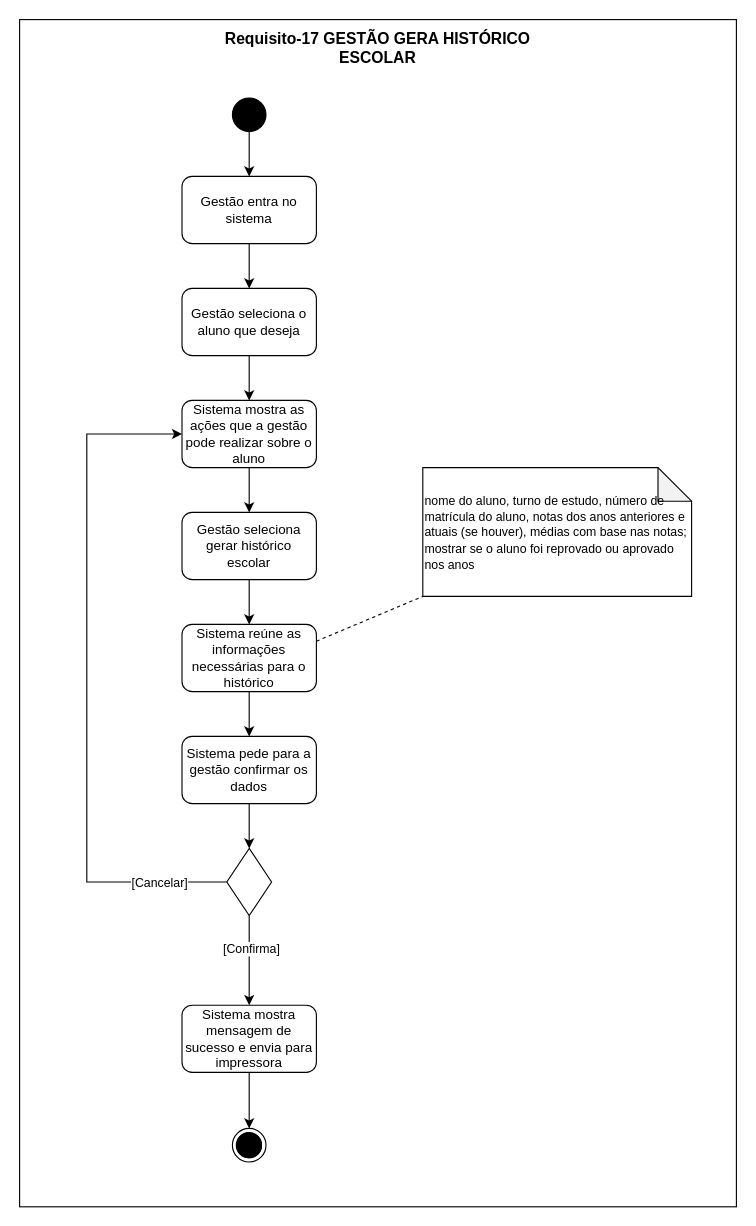
This is Requisito-17.drawio from LizReis/An-lise-de-Sistemas, a draw.io file, before an edit. Source tidied: cells renumbered, new cells numbered last; positions are measured from the earlier drawing's top-left corner, leaving out a move shared by most shapes. Both pictures are drawn from the tidied source at 112%, with x=0, y=0 at pixel (19, 19).
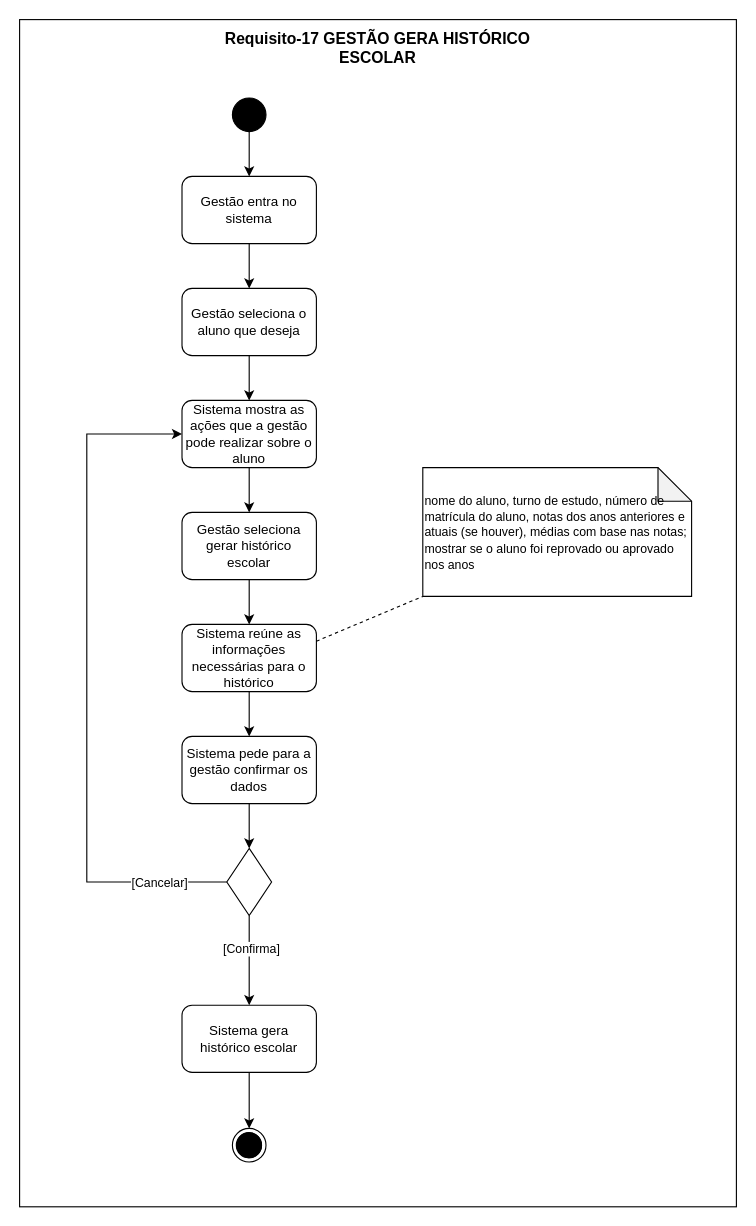
The same page after the edit.

What changed in the source:
```diff
@@
-    <mxCell id="25" value="Sistema mostra mensagem de sucesso e envia para impressora" style="rounded=1;whiteSpace=wrap;html=1;" parent="1" vertex="1">
+    <mxCell id="25" value="Sistema gera histórico escolar" style="rounded=1;whiteSpace=wrap;html=1;" parent="1" vertex="1">
       <mxGeometry x="145" y="880" width="120" height="60" as="geometry" />
     </mxCell>
```
